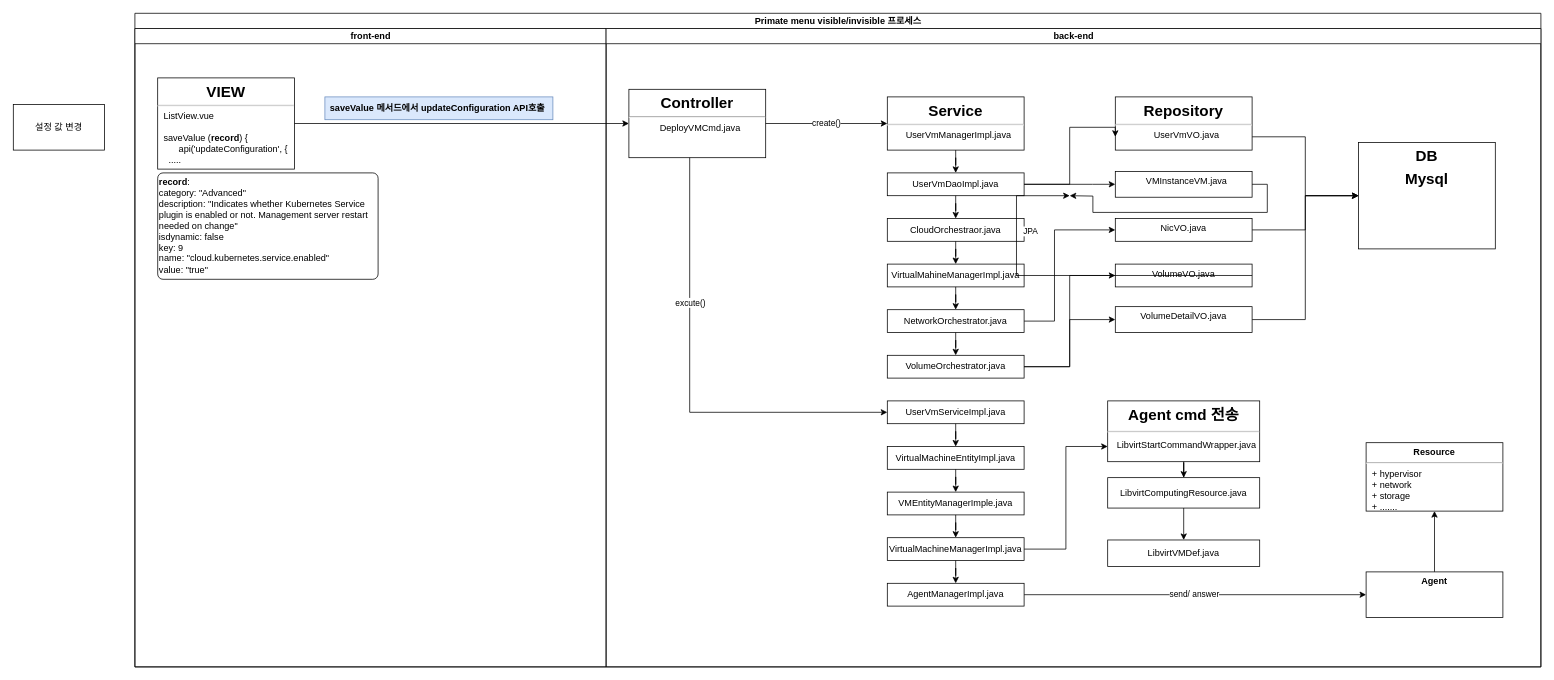
stardom3645/wiki keeps this draw.io diagram as page "페이지-2" (2 of 2) of kuber메뉴.drawio. Above is the earlier version. Source tidied: cells renumbered, new cells numbered last; positions are measured from the earlier drawing's top-left corner, leaving out a move shared by most shapes. Both pictures are drawn from the tidied source at 76%, with x=0, y=0 at pixel (13, 13).
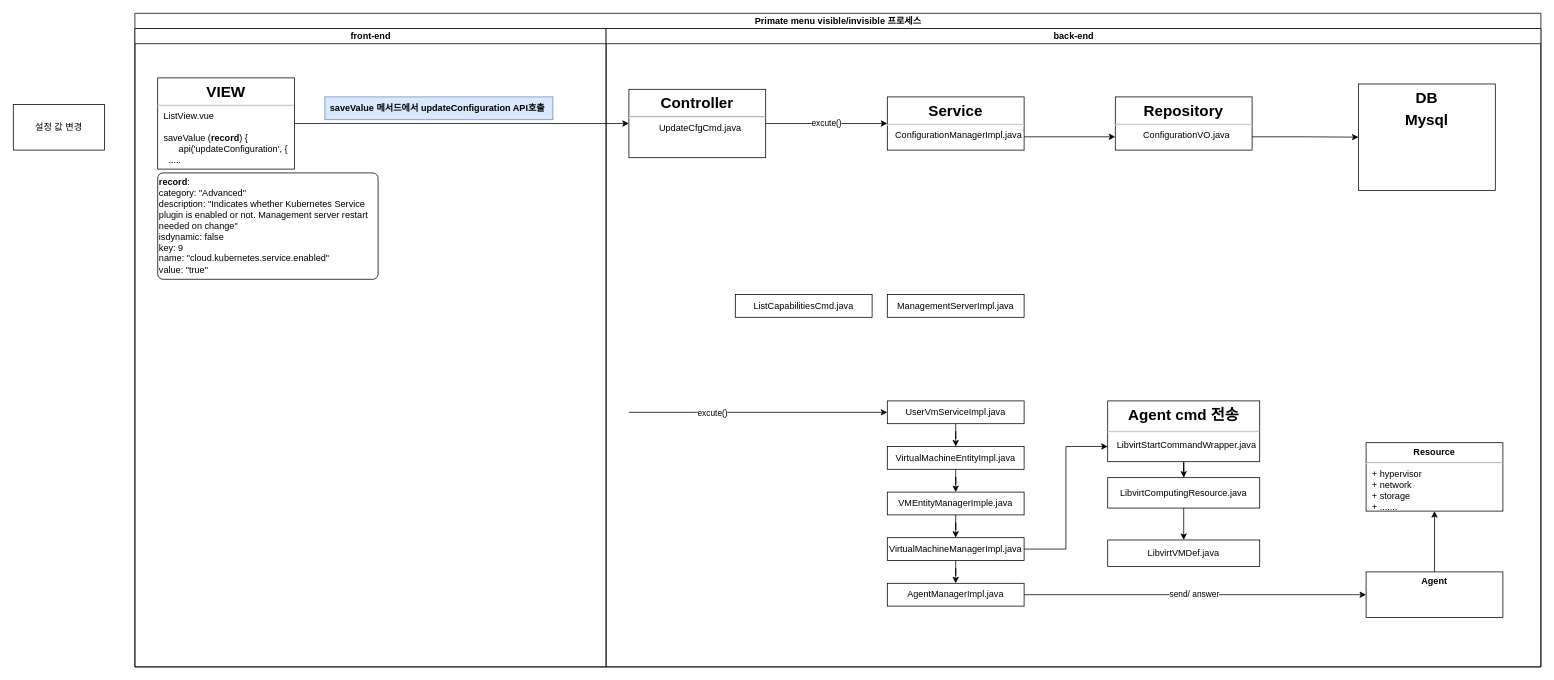
The same page after the edit.

Commit message:
kuber메뉴.drawio 업데이트

The change refers to these unchanged cells:
```xml
<mxCell id="8" value="back-end" style="swimlane;html=1;startSize=20;" parent="2" vertex="1">
  <mxGeometry x="620" y="20" width="1230" height="840" as="geometry" />
</mxCell>
<mxCell id="19" value="UserVmServiceImpl.java" style="whiteSpace=wrap;html=1;align=center;" parent="8" vertex="1">
  <mxGeometry x="370" y="490" width="180" height="30" as="geometry" />
</mxCell>
```

The edit, as a diff of the source:
```diff
@@
-    <mxCell id="9" value="&lt;p style=&quot;margin: 6px 0px 0px&quot;&gt;&lt;b&gt;&lt;font style=&quot;font-size: 20px&quot;&gt;Controller&lt;/font&gt;&lt;/b&gt;&lt;/p&gt;&lt;hr&gt;&lt;p style=&quot;margin: 0px ; margin-left: 8px&quot;&gt;DeployVMCmd.java&lt;br&gt;&lt;/p&gt;" style="align=center;overflow=fill;html=1;" parent="8" vertex="1">
+    <mxCell id="9" value="&lt;p style=&quot;margin: 6px 0px 0px&quot;&gt;&lt;b&gt;&lt;font style=&quot;font-size: 20px&quot;&gt;Controller&lt;/font&gt;&lt;/b&gt;&lt;/p&gt;&lt;hr&gt;&lt;p style=&quot;margin: 0px ; margin-left: 8px&quot;&gt;&lt;span&gt;UpdateCfgCmd.java&lt;/span&gt;&lt;br&gt;&lt;/p&gt;" style="align=center;overflow=fill;html=1;" parent="8" vertex="1">
       <mxGeometry x="30" y="80" width="180" height="90" as="geometry" />
     </mxCell>
-    <mxCell id="10" value="&lt;p style=&quot;margin: 6px 0px 0px&quot;&gt;&lt;b&gt;&lt;font style=&quot;font-size: 20px&quot;&gt;Service&lt;/font&gt;&lt;/b&gt;&lt;/p&gt;&lt;hr&gt;&lt;p style=&quot;margin: 0px ; margin-left: 8px&quot;&gt;UserVmManagerImpl.java&lt;/p&gt;" style="align=center;overflow=fill;html=1;" parent="8" vertex="1">
+    <mxCell id="10" value="&lt;p style=&quot;margin: 6px 0px 0px&quot;&gt;&lt;b&gt;&lt;font style=&quot;font-size: 20px&quot;&gt;Service&lt;/font&gt;&lt;/b&gt;&lt;/p&gt;&lt;hr&gt;&lt;p style=&quot;margin: 0px ; margin-left: 8px&quot;&gt;ConfigurationManagerImpl.java&lt;/p&gt;" style="align=center;overflow=fill;html=1;" parent="8" vertex="1">
       <mxGeometry x="370" y="90" width="180" height="70" as="geometry" />
     </mxCell>
-    <mxCell id="11" value="create()" style="edgeStyle=orthogonalEdgeStyle;rounded=0;jettySize=auto;html=1;align=center;" parent="8" edge="1" source="9" target="10">
+    <mxCell id="11" value="excute()" style="edgeStyle=orthogonalEdgeStyle;rounded=0;jettySize=auto;html=1;align=center;" parent="8" edge="1" source="9" target="10">
       <mxGeometry relative="1" as="geometry" />
     </mxCell>
-    <mxCell id="12" value="VirtualMahineManagerImpl.java" style="whiteSpace=wrap;html=1;align=center;" parent="8" vertex="1">
-      <mxGeometry x="370" y="310" width="180" height="30" as="geometry" />
-    </mxCell>
-    <mxCell id="13" style="edgeStyle=orthogonalEdgeStyle;rounded=0;jettySize=auto;html=1;exitX=1;exitY=0.5;exitDx=0;exitDy=0;entryX=0;entryY=0.5;entryDx=0;entryDy=0;align=center;" parent="8" edge="1" source="14" target="41">
-      <mxGeometry relative="1" as="geometry">
-        <Array as="points">
-          <mxPoint x="590" y="385" />
-          <mxPoint x="590" y="265" />
-        </Array>
-      </mxGeometry>
-    </mxCell>
-    <mxCell id="14" value="NetworkOrchestrator.java" style="whiteSpace=wrap;html=1;align=center;" parent="8" vertex="1">
-      <mxGeometry x="370" y="370" width="180" height="30" as="geometry" />
-    </mxCell>
-    <mxCell id="15" style="edgeStyle=orthogonalEdgeStyle;rounded=0;jettySize=auto;html=1;align=center;" parent="8" edge="1" source="12" target="14">
-      <mxGeometry relative="1" as="geometry" />
-    </mxCell>
-    <mxCell id="16" style="edgeStyle=orthogonalEdgeStyle;rounded=0;jettySize=auto;html=1;exitX=1;exitY=0.5;exitDx=0;exitDy=0;align=center;" parent="8" edge="1" source="17" target="42">
-      <mxGeometry relative="1" as="geometry">
-        <Array as="points">
-          <mxPoint x="610" y="445" />
-          <mxPoint x="610" y="325" />
-        </Array>
-      </mxGeometry>
-    </mxCell>
-    <mxCell id="17" value="VolumeOrchestrator.java" style="whiteSpace=wrap;html=1;align=center;" parent="8" vertex="1">
-      <mxGeometry x="370" y="430" width="180" height="30" as="geometry" />
-    </mxCell>
-    <mxCell id="18" style="edgeStyle=orthogonalEdgeStyle;rounded=0;jettySize=auto;html=1;align=center;" parent="8" edge="1" source="14" target="17">
-      <mxGeometry relative="1" as="geometry" />
-    </mxCell>
@@
-    <mxCell id="20" style="edgeStyle=orthogonalEdgeStyle;rounded=0;jettySize=auto;html=1;align=center;" parent="8" edge="1" source="9" target="19">
+    <mxCell id="20" style="edgeStyle=orthogonalEdgeStyle;rounded=0;jettySize=auto;html=1;align=center;" parent="8" edge="1" target="19">
       <mxGeometry relative="1" as="geometry">
+        <mxPoint x="30" y="505" as="sourcePoint" />
         <Array as="points">
           <mxPoint x="110" y="505" />
         </Array>
       </mxGeometry>
     </mxCell>
@@
-    <mxCell id="33" value="CloudOrchestraor.java" style="whiteSpace=wrap;html=1;align=center;" parent="8" vertex="1">
-      <mxGeometry x="370" y="250" width="180" height="30" as="geometry" />
-    </mxCell>
-    <mxCell id="34" style="edgeStyle=orthogonalEdgeStyle;rounded=0;jettySize=auto;html=1;align=center;" parent="8" edge="1" source="33" target="12">
-      <mxGeometry relative="1" as="geometry" />
-    </mxCell>
-    <mxCell id="35" style="edgeStyle=orthogonalEdgeStyle;rounded=0;jettySize=auto;html=1;exitX=1;exitY=0.5;exitDx=0;exitDy=0;entryX=0;entryY=0.5;entryDx=0;entryDy=0;align=center;" parent="8" edge="1" source="36" target="43">
-      <mxGeometry relative="1" as="geometry">
-        <Array as="points">
-          <mxPoint x="640" y="205" />
-          <mxPoint x="640" y="205" />
-        </Array>
-      </mxGeometry>
-    </mxCell>
-    <mxCell id="36" value="UserVmDaoImpl.java" style="whiteSpace=wrap;html=1;align=center;" parent="8" vertex="1">
-      <mxGeometry x="370" y="190" width="180" height="30" as="geometry" />
-    </mxCell>
-    <mxCell id="37" style="edgeStyle=orthogonalEdgeStyle;rounded=0;jettySize=auto;html=1;align=center;" parent="8" edge="1" source="10" target="36">
-      <mxGeometry relative="1" as="geometry" />
-    </mxCell>
-    <mxCell id="38" style="edgeStyle=orthogonalEdgeStyle;rounded=0;jettySize=auto;html=1;align=center;" parent="8" edge="1" source="36" target="33">
-      <mxGeometry relative="1" as="geometry" />
-    </mxCell>
-    <mxCell id="39" style="edgeStyle=orthogonalEdgeStyle;rounded=0;jettySize=auto;html=1;exitX=1;exitY=0.5;exitDx=0;exitDy=0;align=center;entryX=0;entryY=0.5;entryDx=0;entryDy=0;" parent="8" edge="1" source="17" target="45">
-      <mxGeometry relative="1" as="geometry">
-        <Array as="points">
-          <mxPoint x="610" y="445" />
-          <mxPoint x="610" y="383" />
-        </Array>
-      </mxGeometry>
-    </mxCell>
-    <mxCell id="40" style="edgeStyle=orthogonalEdgeStyle;rounded=0;jettySize=auto;html=1;exitX=1;exitY=0.5;exitDx=0;exitDy=0;entryX=0;entryY=0.5;entryDx=0;entryDy=0;align=center;" parent="8" edge="1" source="41" target="56">
-      <mxGeometry relative="1" as="geometry" />
-    </mxCell>
-    <mxCell id="41" value="&lt;p style=&quot;margin: 0px ; margin-top: 6px ; text-align: center&quot;&gt;&lt;span style=&quot;text-align: left&quot;&gt;NicVO.java&lt;/span&gt;&lt;br&gt;&lt;/p&gt;" style="align=left;overflow=fill;html=1;" parent="8" vertex="1">
-      <mxGeometry x="670" y="250" width="180" height="30" as="geometry" />
-    </mxCell>
-    <mxCell id="42" value="&lt;p style=&quot;margin: 0px ; margin-top: 6px ; text-align: center&quot;&gt;&lt;span style=&quot;text-align: left&quot;&gt;VolumeVO.java&lt;/span&gt;&lt;br&gt;&lt;/p&gt;" style="align=left;overflow=fill;html=1;" parent="8" vertex="1">
-      <mxGeometry x="670" y="310" width="180" height="30" as="geometry" />
-    </mxCell>
-    <mxCell id="43" value="&lt;p style=&quot;margin: 6px 0px 0px;&quot;&gt;&lt;/p&gt;&lt;p style=&quot;margin: 0px ; margin-left: 8px&quot;&gt;VMInstanceVM.java&lt;/p&gt;" style="align=center;overflow=fill;html=1;" parent="8" vertex="1">
-      <mxGeometry x="670" y="188" width="180" height="34" as="geometry" />
-    </mxCell>
-    <mxCell id="44" style="edgeStyle=orthogonalEdgeStyle;rounded=0;jettySize=auto;html=1;exitX=1;exitY=0.5;exitDx=0;exitDy=0;entryX=0;entryY=0.5;entryDx=0;entryDy=0;align=center;" parent="8" edge="1" source="45" target="56">
-      <mxGeometry relative="1" as="geometry" />
-    </mxCell>
-    <mxCell id="45" value="&lt;p style=&quot;margin: 0px ; margin-top: 6px ; text-align: center&quot;&gt;&lt;span style=&quot;text-align: left&quot;&gt;VolumeDetailVO.java&lt;/span&gt;&lt;/p&gt;" style="align=left;overflow=fill;html=1;" parent="8" vertex="1">
-      <mxGeometry x="670" y="366" width="180" height="34" as="geometry" />
-    </mxCell>
-    <mxCell id="46" style="edgeStyle=orthogonalEdgeStyle;rounded=0;orthogonalLoop=1;jettySize=auto;html=1;exitX=0.5;exitY=1;exitDx=0;exitDy=0;align=center;" parent="8" edge="1" source="45" target="45">
-      <mxGeometry relative="1" as="geometry" />
-    </mxCell>
@@
-    <mxCell id="48" value="&lt;p style=&quot;margin: 6px 0px 0px&quot;&gt;&lt;b&gt;&lt;font style=&quot;font-size: 20px&quot;&gt;Repository&lt;/font&gt;&lt;/b&gt;&lt;/p&gt;&lt;hr&gt;&lt;p style=&quot;margin: 0px ; margin-left: 8px&quot;&gt;UserVmVO.java&lt;/p&gt;" style="align=center;overflow=fill;html=1;" parent="8" vertex="1">
+    <mxCell id="48" value="&lt;p style=&quot;margin: 6px 0px 0px&quot;&gt;&lt;b&gt;&lt;font style=&quot;font-size: 20px&quot;&gt;Repository&lt;/font&gt;&lt;/b&gt;&lt;/p&gt;&lt;hr&gt;&lt;p style=&quot;margin: 0px ; margin-left: 8px&quot;&gt;ConfigurationVO.java&lt;/p&gt;" style="align=center;overflow=fill;html=1;" parent="8" vertex="1">
       <mxGeometry x="670" y="90" width="180" height="70" as="geometry" />
     </mxCell>
-    <mxCell id="49" style="edgeStyle=orthogonalEdgeStyle;rounded=0;jettySize=auto;html=1;exitX=1;exitY=0.5;exitDx=0;exitDy=0;entryX=0;entryY=0.75;entryDx=0;entryDy=0;align=center;" parent="8" edge="1" source="36" target="48">
-      <mxGeometry relative="1" as="geometry">
-        <Array as="points">
-          <mxPoint x="610" y="205" />
-          <mxPoint x="610" y="130" />
-          <mxPoint x="670" y="130" />
-        </Array>
-      </mxGeometry>
+    <mxCell id="49" style="edgeStyle=orthogonalEdgeStyle;rounded=0;jettySize=auto;html=1;exitX=1;exitY=0.75;exitDx=0;exitDy=0;entryX=0;entryY=0.75;entryDx=0;entryDy=0;align=center;" parent="8" edge="1" source="10" target="48">
+      <mxGeometry relative="1" as="geometry" />
     </mxCell>
@@
     <mxCell id="56" value="&lt;p style=&quot;margin: 6px 0px 0px; text-align: center; font-size: 20px;&quot;&gt;&lt;b style=&quot;font-size: 20px;&quot;&gt;DB&lt;/b&gt;&lt;/p&gt;&lt;p style=&quot;margin: 6px 0px 0px; text-align: center; font-size: 20px;&quot;&gt;&lt;b style=&quot;font-size: 20px;&quot;&gt;Mysql&lt;/b&gt;&lt;/p&gt;" style="align=left;overflow=fill;html=1;fontSize=20;" parent="8" vertex="1">
-      <mxGeometry x="990" y="150" width="180" height="140" as="geometry" />
+      <mxGeometry x="990" y="73" width="180" height="140" as="geometry" />
     </mxCell>
@@
-    <mxCell id="59" style="edgeStyle=orthogonalEdgeStyle;rounded=0;jettySize=auto;html=1;exitX=1;exitY=0.5;exitDx=0;exitDy=0;align=center;" parent="1" edge="1" source="43">
-      <mxGeometry relative="1" as="geometry">
-        <mxPoint x="1390" y="240" as="targetPoint" />
-      </mxGeometry>
-    </mxCell>
-    <mxCell id="60" style="edgeStyle=orthogonalEdgeStyle;rounded=0;jettySize=auto;html=1;exitX=1;exitY=0.5;exitDx=0;exitDy=0;align=center;" parent="1" edge="1" source="42">
-      <mxGeometry relative="1" as="geometry">
-        <mxPoint x="1390" y="240" as="targetPoint" />
-        <Array as="points">
-          <mxPoint x="1320" y="345" />
-          <mxPoint x="1320" y="240" />
-        </Array>
-      </mxGeometry>
-    </mxCell>
-    <mxCell id="61" value="JPA&amp;nbsp;" style="edgeLabel;html=1;align=center;verticalAlign=middle;" parent="60" vertex="1">
-      <mxGeometry x="0.52" relative="1" as="geometry">
-        <mxPoint x="19" as="offset" />
-      </mxGeometry>
-    </mxCell>
+    <mxCell id="63" value="ManagementServerImpl.java" style="whiteSpace=wrap;html=1;align=center;" parent="8" vertex="1">
+      <mxGeometry x="370" y="350" width="180" height="30" as="geometry" />
+    </mxCell>
+    <mxCell id="64" value="ListCapabilitiesCmd.java" style="whiteSpace=wrap;html=1;align=center;" parent="8" vertex="1">
+      <mxGeometry x="170" y="350" width="180" height="30" as="geometry" />
+    </mxCell>
```
